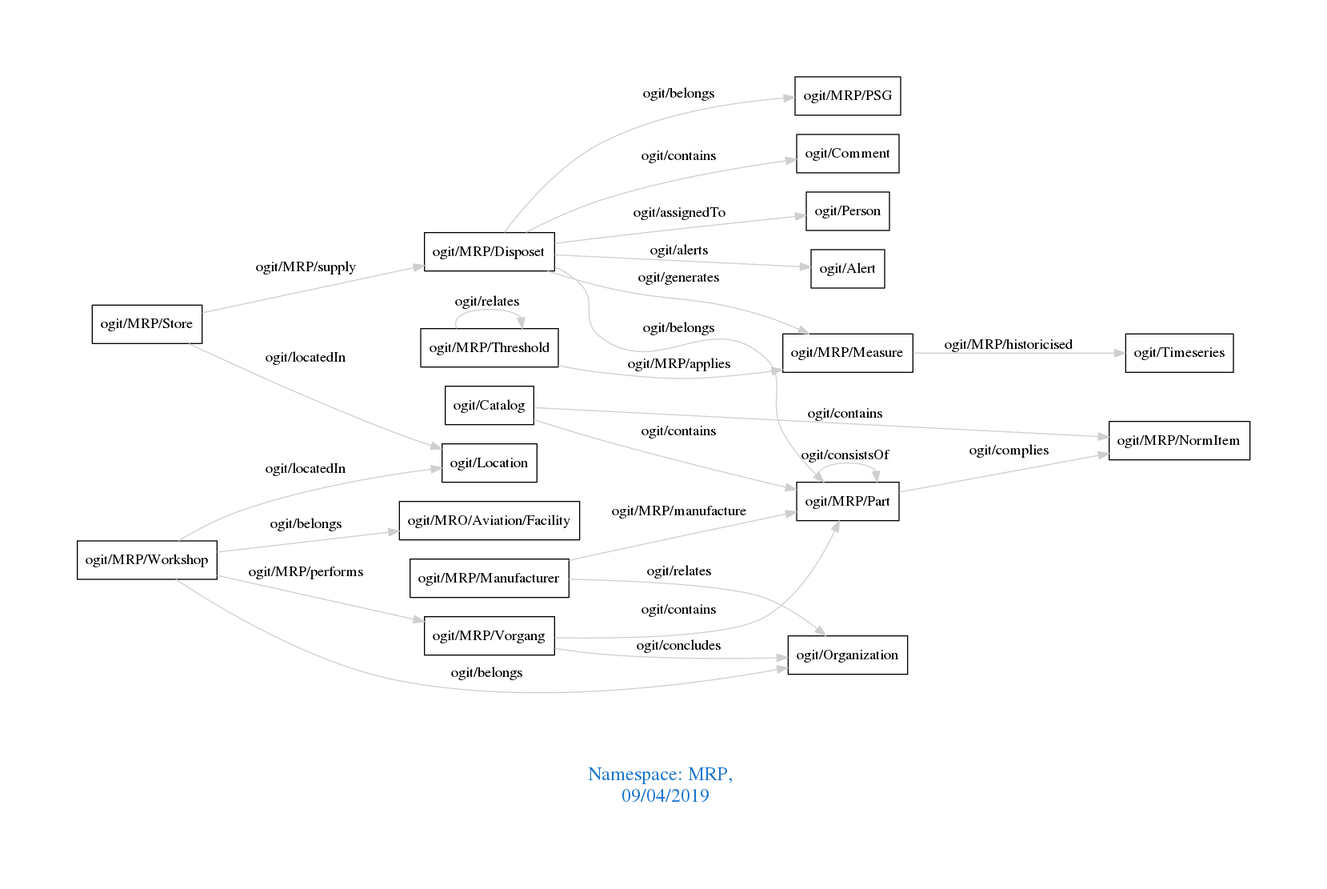
Earlier version of the Graphviz export downloads/MRP.png (arago/OGIT). Its source is kept beside it as downloads/MRP.dot.
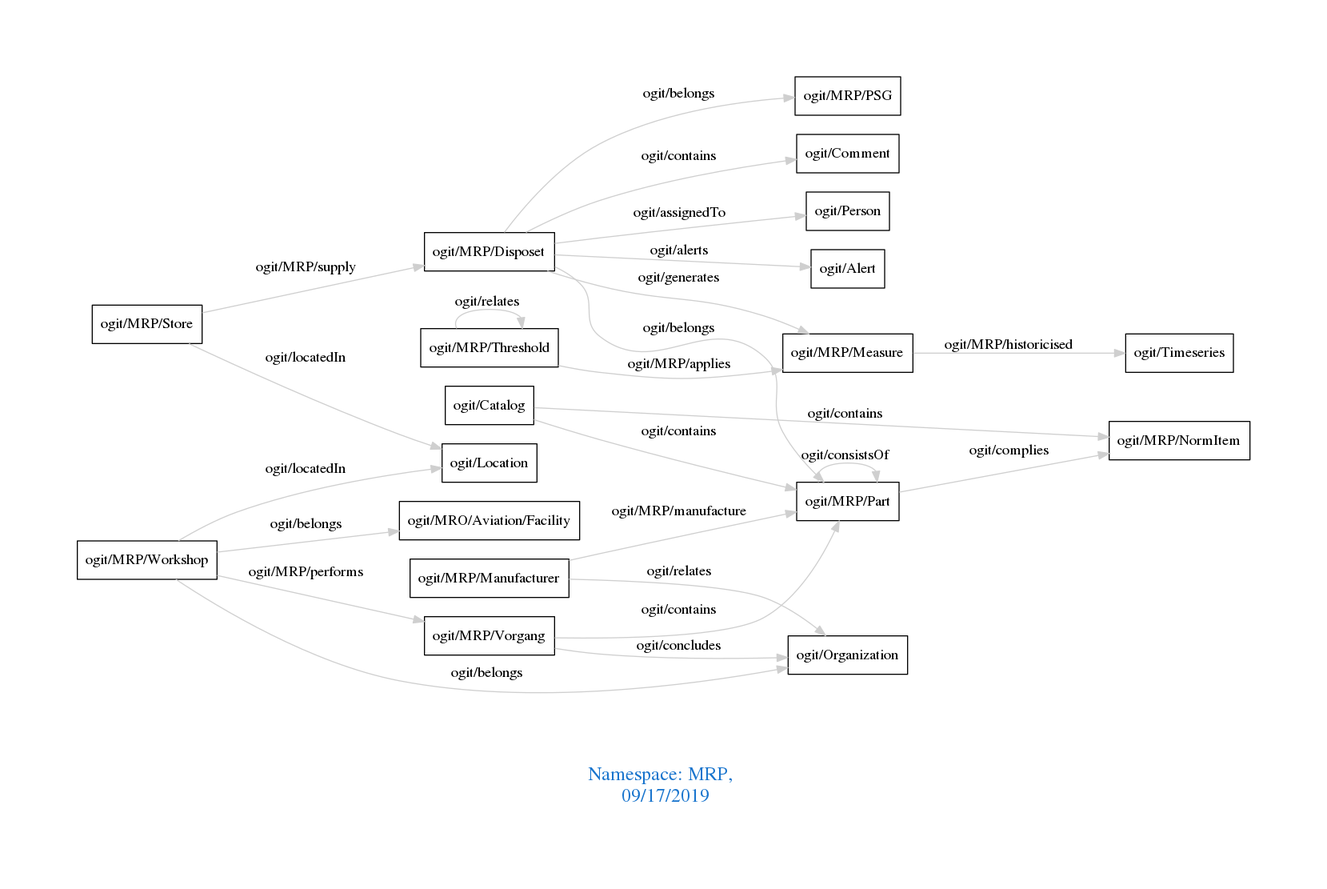
The same file after the commit.

What changed in the source:
```diff
@@ -1,7 +1,7 @@
 digraph OGIT_ontology {
  graph [ rankdir= LR,pad=1
 fontsize = 18,
-fontcolor= dodgerblue3,label = "\n\n\nNamespace: MRP, \n 09/04/2019"];
+fontcolor= dodgerblue3,label = "\n\n\nNamespace: MRP, \n 09/17/2019"];
 node[shape=polygon];
 edge [  color="gray81"];
 
```
